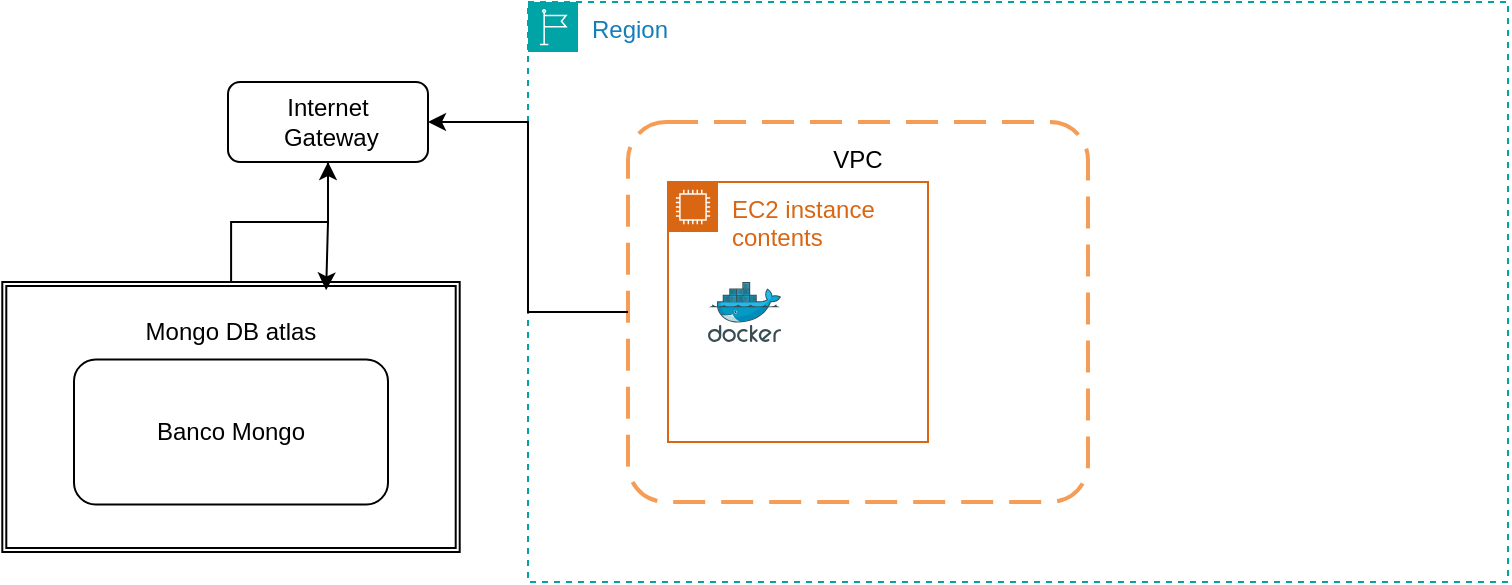
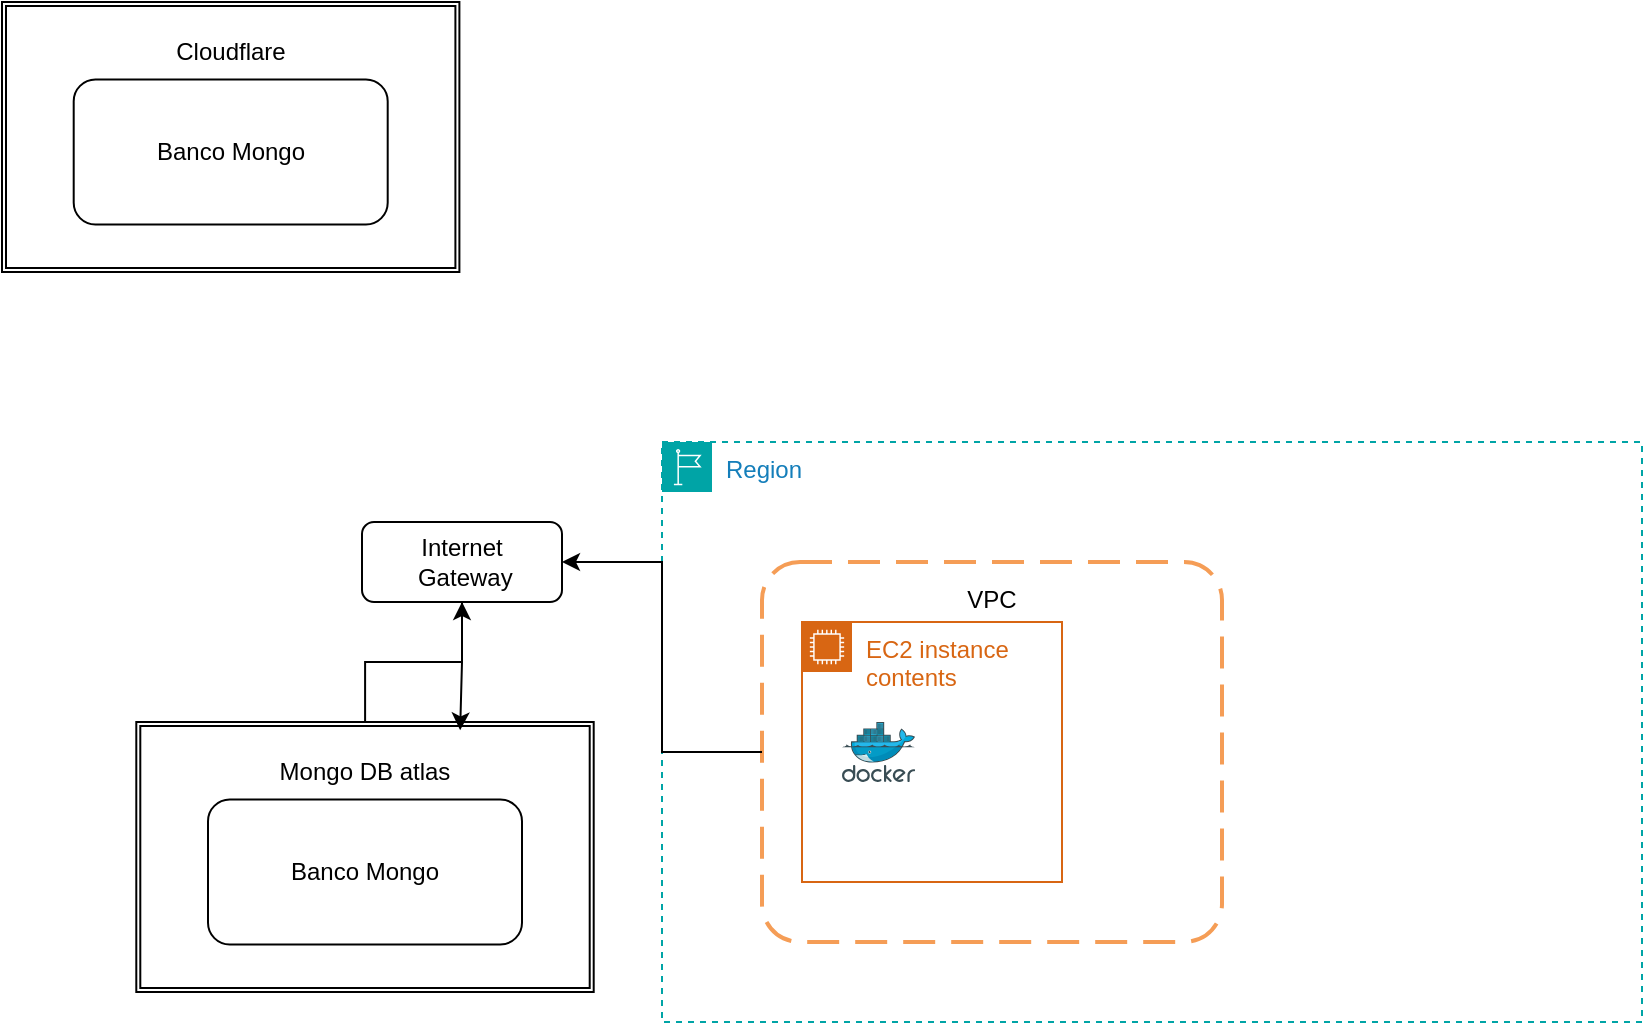
<mxfile host="app.diagrams.net">
  <diagram name="Página-1" id="4BvCFZMNRW9jHhfWI23w">
-     <mxGraphModel dx="3711" dy="665" grid="1" gridSize="10" guides="1" tooltips="1" connect="1" arrows="1" fold="1" page="1" pageScale="1" pageWidth="827" pageHeight="1169" math="0" shadow="0">
+     <mxGraphModel dx="3969" dy="805" grid="1" gridSize="10" guides="1" tooltips="1" connect="1" arrows="1" fold="1" page="1" pageScale="1" pageWidth="827" pageHeight="1169" math="0" shadow="0">
      <root>
        <mxCell id="0" />
        <mxCell id="1" parent="0" />
        <mxCell id="YcGAJsm5HjixaCPBrkQE-1" parent="1" style="points=[[0,0],[0.25,0],[0.5,0],[0.75,0],[1,0],[1,0.25],[1,0.5],[1,0.75],[1,1],[0.75,1],[0.5,1],[0.25,1],[0,1],[0,0.75],[0,0.5],[0,0.25]];outlineConnect=0;gradientColor=none;html=1;whiteSpace=wrap;fontSize=12;fontStyle=0;container=1;pointerEvents=0;collapsible=0;recursiveResize=0;shape=mxgraph.aws4.group;grIcon=mxgraph.aws4.group_region;strokeColor=#00A4A6;fillColor=none;verticalAlign=top;align=left;spacingLeft=30;fontColor=#147EBA;dashed=1;" value="Region" vertex="1">
          <mxGeometry height="290" width="490" x="-2010" y="340" as="geometry" />
        </mxCell>
        <mxCell id="YcGAJsm5HjixaCPBrkQE-2" parent="YcGAJsm5HjixaCPBrkQE-1" style="rounded=1;arcSize=10;dashed=1;strokeColor=#F59D56;fillColor=none;gradientColor=none;dashPattern=8 4;strokeWidth=2;" value="&#xa;VPC&#xa;&#xa;&#xa;&#xa;&#xa;&#xa;&#xa;&#xa;&#xa;&#xa;&#xa;&#xa;" vertex="1">
          <mxGeometry height="190" width="230" x="50" y="60" as="geometry" />
        </mxCell>
        <mxCell id="YcGAJsm5HjixaCPBrkQE-3" parent="YcGAJsm5HjixaCPBrkQE-1" style="points=[[0,0],[0.25,0],[0.5,0],[0.75,0],[1,0],[1,0.25],[1,0.5],[1,0.75],[1,1],[0.75,1],[0.5,1],[0.25,1],[0,1],[0,0.75],[0,0.5],[0,0.25]];outlineConnect=0;gradientColor=none;html=1;whiteSpace=wrap;fontSize=12;fontStyle=0;container=1;pointerEvents=0;collapsible=0;recursiveResize=0;shape=mxgraph.aws4.group;grIcon=mxgraph.aws4.group_ec2_instance_contents;strokeColor=#D86613;fillColor=none;verticalAlign=top;align=left;spacingLeft=30;fontColor=#D86613;dashed=0;" value="EC2 instance contents" vertex="1">
          <mxGeometry height="130" width="130" x="70" y="90" as="geometry" />
        </mxCell>
        <mxCell id="IZ5L02Oai5kjVrxUc1_U-13" parent="YcGAJsm5HjixaCPBrkQE-1" style="image;sketch=0;aspect=fixed;html=1;points=[];align=center;fontSize=12;image=img/lib/mscae/Docker.svg;" value="" vertex="1">
          <mxGeometry height="30" width="36.58" x="90" y="140" as="geometry" />
        </mxCell>
        <mxCell id="YcGAJsm5HjixaCPBrkQE-7" parent="1" style="rounded=1;whiteSpace=wrap;html=1;" value="Internet&lt;div&gt;&amp;nbsp;Gateway&lt;/div&gt;" vertex="1">
          <mxGeometry height="40" width="100" x="-2160" y="380" as="geometry" />
        </mxCell>
        <mxCell id="IZ5L02Oai5kjVrxUc1_U-7" parent="1" style="rounded=1;whiteSpace=wrap;html=1;fillColor=none;" value="Banco Mongo" vertex="1">
          <mxGeometry height="72.5" width="157" x="-2237" y="518.75" as="geometry" />
        </mxCell>
        <mxCell id="IZ5L02Oai5kjVrxUc1_U-15" edge="1" parent="1" source="IZ5L02Oai5kjVrxUc1_U-8" style="edgeStyle=orthogonalEdgeStyle;rounded=0;orthogonalLoop=1;jettySize=auto;html=1;entryX=0.5;entryY=1;entryDx=0;entryDy=0;" target="YcGAJsm5HjixaCPBrkQE-7">
          <mxGeometry relative="1" as="geometry" />
        </mxCell>
        <mxCell id="IZ5L02Oai5kjVrxUc1_U-8" parent="1" style="shape=ext;double=1;rounded=0;whiteSpace=wrap;html=1;fillColor=none;" value="&lt;div&gt;&lt;br&gt;&lt;/div&gt;&lt;div&gt;Mongo DB atlas&lt;/div&gt;&lt;div&gt;&lt;br&gt;&lt;/div&gt;&lt;div&gt;&lt;br&gt;&lt;/div&gt;&lt;div&gt;&lt;br&gt;&lt;/div&gt;&lt;div&gt;&lt;br&gt;&lt;/div&gt;&lt;div&gt;&lt;br&gt;&lt;/div&gt;&lt;div&gt;&lt;br&gt;&lt;/div&gt;&lt;div&gt;&lt;br&gt;&lt;/div&gt;" vertex="1">
          <mxGeometry height="135" width="228.7" x="-2272.85" y="480" as="geometry" />
        </mxCell>
        <mxCell id="IZ5L02Oai5kjVrxUc1_U-16" edge="1" parent="1" source="YcGAJsm5HjixaCPBrkQE-7" style="edgeStyle=orthogonalEdgeStyle;rounded=0;orthogonalLoop=1;jettySize=auto;html=1;entryX=0.708;entryY=0.031;entryDx=0;entryDy=0;entryPerimeter=0;" target="IZ5L02Oai5kjVrxUc1_U-8">
          <mxGeometry relative="1" as="geometry">
            <Array as="points">
              <mxPoint x="-2110" y="450" />
              <mxPoint x="-2111" y="450" />
            </Array>
          </mxGeometry>
        </mxCell>
        <mxCell id="IZ5L02Oai5kjVrxUc1_U-17" edge="1" parent="1" source="YcGAJsm5HjixaCPBrkQE-2" style="edgeStyle=orthogonalEdgeStyle;rounded=0;orthogonalLoop=1;jettySize=auto;html=1;entryX=1;entryY=0.5;entryDx=0;entryDy=0;" target="YcGAJsm5HjixaCPBrkQE-7">
          <mxGeometry relative="1" as="geometry" />
        </mxCell>
+         <mxCell id="IZ5L02Oai5kjVrxUc1_U-18" parent="1" style="rounded=1;whiteSpace=wrap;html=1;fillColor=none;" value="Banco Mongo" vertex="1">
+           <mxGeometry height="72.5" width="157" x="-2304.15" y="158.75" as="geometry" />
+         </mxCell>
+         <mxCell id="IZ5L02Oai5kjVrxUc1_U-19" parent="1" style="shape=ext;double=1;rounded=0;whiteSpace=wrap;html=1;fillColor=none;" value="&lt;div&gt;&lt;br&gt;&lt;/div&gt;&lt;div&gt;Cloudflare&lt;/div&gt;&lt;div&gt;&lt;br&gt;&lt;/div&gt;&lt;div&gt;&lt;br&gt;&lt;/div&gt;&lt;div&gt;&lt;br&gt;&lt;/div&gt;&lt;div&gt;&lt;br&gt;&lt;/div&gt;&lt;div&gt;&lt;br&gt;&lt;/div&gt;&lt;div&gt;&lt;br&gt;&lt;/div&gt;&lt;div&gt;&lt;br&gt;&lt;/div&gt;" vertex="1">
+           <mxGeometry height="135" width="228.7" x="-2340" y="120" as="geometry" />
+         </mxCell>
      </root>
    </mxGraphModel>
  </diagram>
</mxfile>
